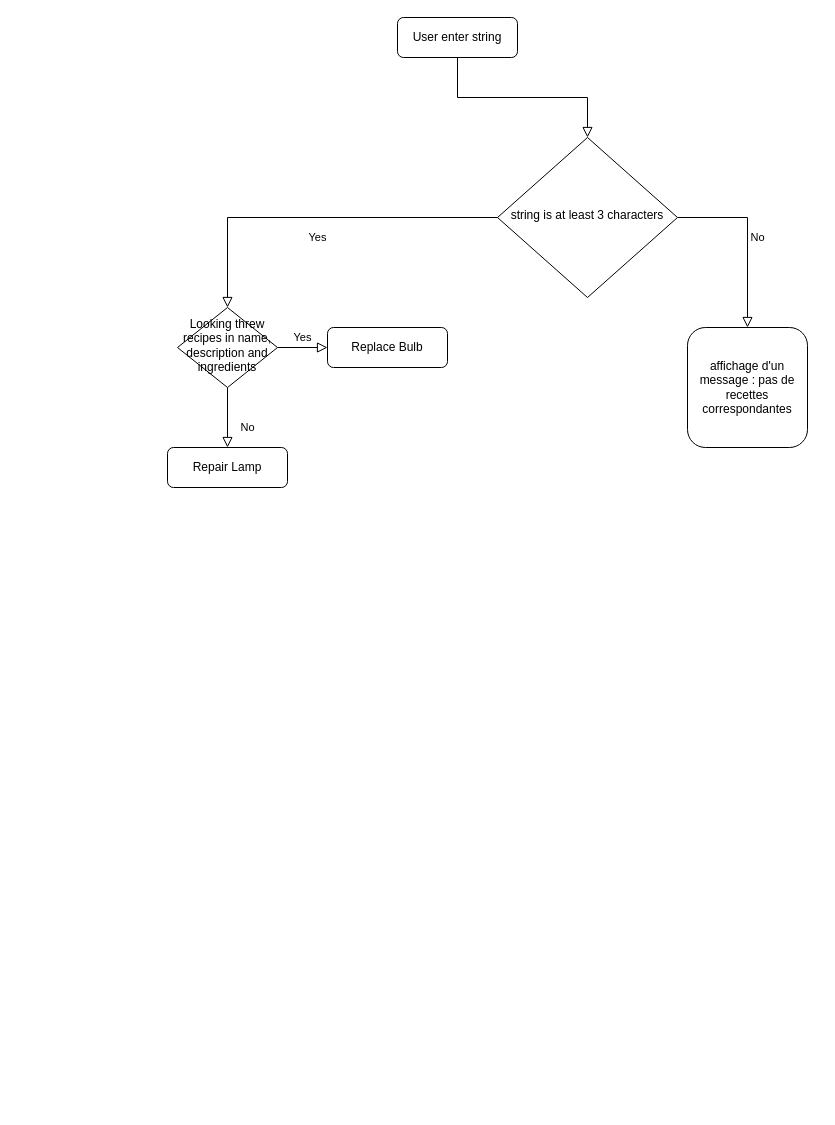
Above: Diagramme sans nom.drawio in alexandretoullec/Petits_Plats_P7 (draw.io), before the change. Source tidied: cells renumbered, new cells numbered last; positions are measured from the earlier drawing's top-left corner, leaving out a move shared by most shapes. Both pictures are drawn from the tidied source at 100%, with x=0, y=0 at pixel (167, 17).
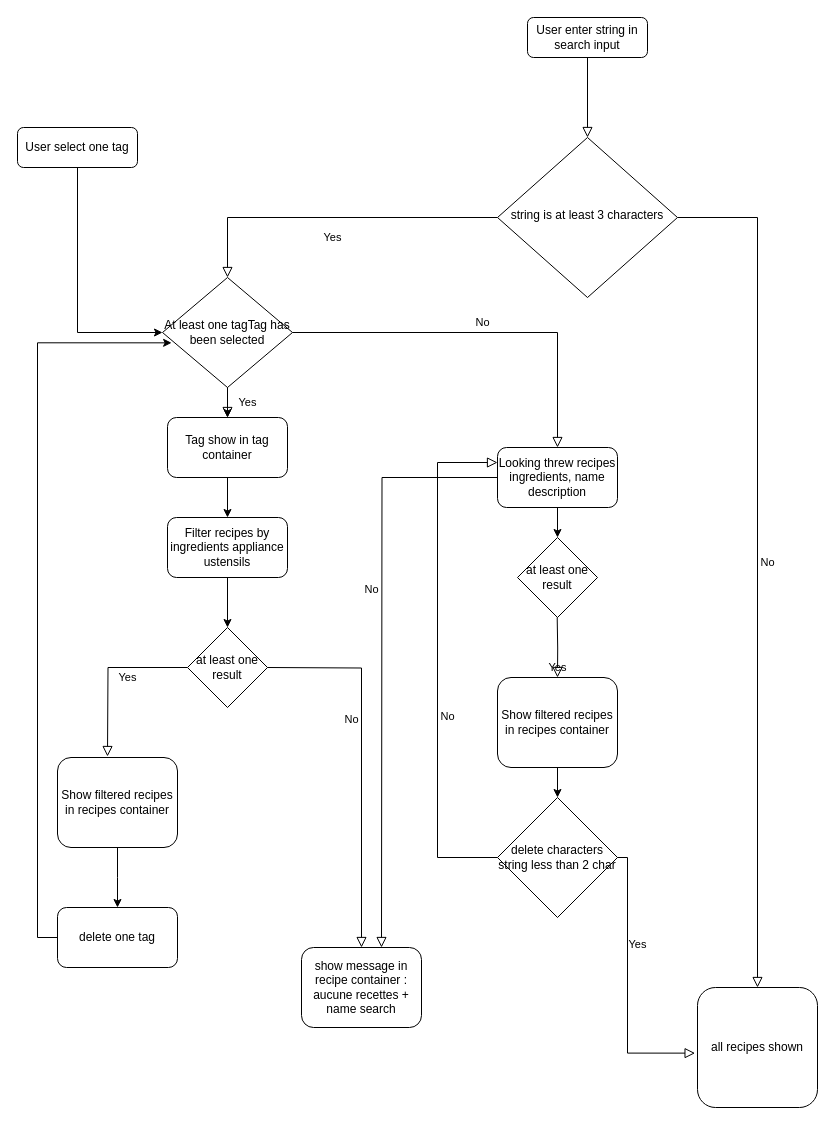
After the change.

Commit message (it also covers changes not shown here):
Mettre à jour Diagramme sans nom.drawio

Unchanged cells that the change refers to:
```xml
<mxCell id="6" value="string is at least 3 characters" style="rhombus;whiteSpace=wrap;html=1;shadow=0;fontFamily=Helvetica;fontSize=12;align=center;strokeWidth=1;spacing=6;spacingTop=-4;" parent="1" vertex="1">
  <mxGeometry x="330" y="120" width="180" height="160" as="geometry" />
</mxCell>
```

The edit, as a diff of the source:
```diff
@@
-    <mxCell id="3" value="User enter string" style="rounded=1;whiteSpace=wrap;html=1;fontSize=12;glass=0;strokeWidth=1;shadow=0;" parent="1" vertex="1">
-      <mxGeometry x="230" width="120" height="40" as="geometry" />
+    <mxCell id="3" value="User enter string in search input" style="rounded=1;whiteSpace=wrap;html=1;fontSize=12;glass=0;strokeWidth=1;shadow=0;" parent="1" vertex="1">
+      <mxGeometry x="360" width="120" height="40" as="geometry" />
     </mxCell>
-    <mxCell id="4" value="Yes" style="rounded=0;html=1;jettySize=auto;fontSize=11;endArrow=block;endFill=0;endSize=8;strokeWidth=1;shadow=0;labelBackgroundColor=none;edgeStyle=orthogonalEdgeStyle;" parent="1" edge="1" source="6" target="10">
+    <mxCell id="4" value="Yes" style="rounded=0;html=1;jettySize=auto;fontSize=11;endArrow=block;endFill=0;endSize=8;strokeWidth=1;shadow=0;labelBackgroundColor=none;edgeStyle=orthogonalEdgeStyle;entryX=0.5;entryY=0;entryDx=0;entryDy=0;" parent="1" edge="1" source="6" target="14">
       <mxGeometry y="20" relative="1" as="geometry" />
     </mxCell>
@@
-    <mxCell id="7" value="affichage d'un message : pas de recettes correspondantes" style="rounded=1;whiteSpace=wrap;html=1;fontSize=12;glass=0;strokeWidth=1;shadow=0;" parent="1" vertex="1">
-      <mxGeometry x="520" y="310" width="120" height="120" as="geometry" />
+    <mxCell id="7" value="all recipes shown" style="rounded=1;whiteSpace=wrap;html=1;fontSize=12;glass=0;strokeWidth=1;shadow=0;" parent="1" vertex="1">
+      <mxGeometry x="530" y="970" width="120" height="120" as="geometry" />
     </mxCell>
-    <mxCell id="8" value="No" style="rounded=0;html=1;jettySize=auto;fontSize=11;endArrow=block;endFill=0;endSize=8;strokeWidth=1;shadow=0;labelBackgroundColor=none;edgeStyle=orthogonalEdgeStyle;" parent="1" edge="1" source="10" target="11">
-      <mxGeometry x="0.33" y="20" relative="1" as="geometry" />
-    </mxCell>
-    <mxCell id="9" value="Yes" style="edgeStyle=orthogonalEdgeStyle;rounded=0;html=1;jettySize=auto;fontSize=11;endArrow=block;endFill=0;endSize=8;strokeWidth=1;shadow=0;labelBackgroundColor=none;" parent="1" edge="1" source="10" target="12">
-      <mxGeometry y="10" relative="1" as="geometry" />
-    </mxCell>
-    <mxCell id="10" value="Looking threw recipes in name, description and ingredients" style="rhombus;whiteSpace=wrap;html=1;shadow=0;fontFamily=Helvetica;fontSize=12;align=center;strokeWidth=1;spacing=6;spacingTop=-4;" parent="1" vertex="1">
-      <mxGeometry x="10" y="290" width="100" height="80" as="geometry" />
-    </mxCell>
-    <mxCell id="11" value="Repair Lamp" style="rounded=1;whiteSpace=wrap;html=1;fontSize=12;glass=0;strokeWidth=1;shadow=0;" parent="1" vertex="1">
-      <mxGeometry y="430" width="120" height="40" as="geometry" />
-    </mxCell>
-    <mxCell id="12" value="Replace Bulb" style="rounded=1;whiteSpace=wrap;html=1;fontSize=12;glass=0;strokeWidth=1;shadow=0;" parent="1" vertex="1">
-      <mxGeometry x="160" y="310" width="120" height="40" as="geometry" />
-    </mxCell>
+    <mxCell id="13" style="edgeStyle=orthogonalEdgeStyle;rounded=0;jettySize=auto;html=1;" parent="1" edge="1" source="14" target="16">
+      <mxGeometry relative="1" as="geometry" />
+    </mxCell>
+    <mxCell id="14" value="At least one tagTag has been selected" style="rhombus;whiteSpace=wrap;html=1;" parent="1" vertex="1">
+      <mxGeometry x="-5" y="260" width="130" height="110" as="geometry" />
+    </mxCell>
+    <mxCell id="15" style="edgeStyle=orthogonalEdgeStyle;rounded=0;jettySize=auto;html=1;" parent="1" edge="1" source="16" target="24">
+      <mxGeometry relative="1" as="geometry" />
+    </mxCell>
+    <mxCell id="16" value="Tag show in tag container" style="rounded=1;whiteSpace=wrap;html=1;" parent="1" vertex="1">
+      <mxGeometry y="400" width="120" height="60" as="geometry" />
+    </mxCell>
+    <mxCell id="17" value="Yes" style="rounded=0;html=1;jettySize=auto;fontSize=11;endArrow=block;endFill=0;endSize=8;strokeWidth=1;shadow=0;labelBackgroundColor=none;edgeStyle=orthogonalEdgeStyle;exitX=0;exitY=0.5;exitDx=0;exitDy=0;" parent="1" edge="1" source="25">
+      <mxGeometry x="-0.29" y="10" relative="1" as="geometry">
+        <mxPoint x="-60" y="739" as="targetPoint" />
+      </mxGeometry>
+    </mxCell>
+    <mxCell id="18" style="edgeStyle=orthogonalEdgeStyle;rounded=0;jettySize=auto;html=1;entryX=0.5;entryY=0;entryDx=0;entryDy=0;" parent="1" edge="1" source="19" target="36">
+      <mxGeometry relative="1" as="geometry" />
+    </mxCell>
+    <mxCell id="19" value="Show filtered recipes in recipes container" style="rounded=1;whiteSpace=wrap;html=1;" parent="1" vertex="1">
+      <mxGeometry x="330" y="660" width="120" height="90" as="geometry" />
+    </mxCell>
+    <mxCell id="20" value="No" style="edgeStyle=orthogonalEdgeStyle;rounded=0;html=1;jettySize=auto;fontSize=11;endArrow=block;endFill=0;endSize=8;strokeWidth=1;shadow=0;labelBackgroundColor=none;entryX=0.5;entryY=0;entryDx=0;entryDy=0;exitX=1;exitY=0.5;exitDx=0;exitDy=0;" parent="1" edge="1" source="14" target="22">
+      <mxGeometry y="10" relative="1" as="geometry" />
+    </mxCell>
+    <mxCell id="21" style="edgeStyle=orthogonalEdgeStyle;rounded=0;jettySize=auto;html=1;exitX=0.5;exitY=1;exitDx=0;exitDy=0;entryX=0.5;entryY=0;entryDx=0;entryDy=0;" parent="1" edge="1" source="22" target="26">
+      <mxGeometry relative="1" as="geometry" />
+    </mxCell>
+    <mxCell id="22" value="Looking threw recipes ingredients, name description" style="rounded=1;whiteSpace=wrap;html=1;" parent="1" vertex="1">
+      <mxGeometry x="330" y="430" width="120" height="60" as="geometry" />
+    </mxCell>
+    <mxCell id="23" style="edgeStyle=orthogonalEdgeStyle;rounded=0;jettySize=auto;html=1;" parent="1" edge="1" source="24" target="25">
+      <mxGeometry relative="1" as="geometry" />
+    </mxCell>
+    <mxCell id="24" value="Filter recipes by ingredients appliance ustensils" style="rounded=1;whiteSpace=wrap;html=1;" parent="1" vertex="1">
+      <mxGeometry y="500" width="120" height="60" as="geometry" />
+    </mxCell>
+    <mxCell id="25" value="at least one result&lt;br&gt;" style="rhombus;whiteSpace=wrap;html=1;" parent="1" vertex="1">
+      <mxGeometry x="20" y="610" width="80" height="80" as="geometry" />
+    </mxCell>
+    <mxCell id="26" value="at least one result&lt;br&gt;" style="rhombus;whiteSpace=wrap;html=1;" parent="1" vertex="1">
+      <mxGeometry x="350" y="520" width="80" height="80" as="geometry" />
+    </mxCell>
+    <mxCell id="27" value="No" style="edgeStyle=orthogonalEdgeStyle;rounded=0;html=1;jettySize=auto;fontSize=11;endArrow=block;endFill=0;endSize=8;strokeWidth=1;shadow=0;labelBackgroundColor=none;entryX=0.5;entryY=0;entryDx=0;entryDy=0;" parent="1" edge="1" target="30">
+      <mxGeometry x="-0.22" y="-10" relative="1" as="geometry">
+        <mxPoint x="100" y="650" as="sourcePoint" />
+      </mxGeometry>
+    </mxCell>
+    <mxCell id="28" style="edgeStyle=orthogonalEdgeStyle;rounded=0;jettySize=auto;html=1;entryX=0.5;entryY=0;entryDx=0;entryDy=0;" parent="1" edge="1" source="29">
+      <mxGeometry relative="1" as="geometry">
+        <mxPoint x="-50" y="890" as="targetPoint" />
+      </mxGeometry>
+    </mxCell>
+    <mxCell id="29" value="Show filtered recipes in recipes container" style="rounded=1;whiteSpace=wrap;html=1;" parent="1" vertex="1">
+      <mxGeometry x="-110" y="740" width="120" height="90" as="geometry" />
+    </mxCell>
+    <mxCell id="30" value="show message in recipe container : aucune recettes + name search" style="rounded=1;whiteSpace=wrap;html=1;" parent="1" vertex="1">
+      <mxGeometry x="134" y="930" width="120" height="80" as="geometry" />
+    </mxCell>
+    <mxCell id="31" style="edgeStyle=orthogonalEdgeStyle;rounded=0;jettySize=auto;html=1;exitX=0;exitY=0.5;exitDx=0;exitDy=0;entryX=0.07;entryY=0.594;entryDx=0;entryDy=0;entryPerimeter=0;" parent="1" edge="1" source="32" target="14">
+      <mxGeometry relative="1" as="geometry">
+        <Array as="points">
+          <mxPoint x="-130" y="920" />
+          <mxPoint x="-130" y="325" />
+        </Array>
+      </mxGeometry>
+    </mxCell>
+    <mxCell id="32" value="delete one tag" style="rounded=1;whiteSpace=wrap;html=1;" parent="1" vertex="1">
+      <mxGeometry x="-110" y="890" width="120" height="60" as="geometry" />
+    </mxCell>
+    <mxCell id="33" style="edgeStyle=orthogonalEdgeStyle;rounded=0;jettySize=auto;html=1;exitX=0.5;exitY=1;exitDx=0;exitDy=0;entryX=0;entryY=0.5;entryDx=0;entryDy=0;" parent="1" edge="1" source="34" target="14">
+      <mxGeometry relative="1" as="geometry" />
+    </mxCell>
+    <mxCell id="34" value="User select one tag" style="rounded=1;whiteSpace=wrap;html=1;fontSize=12;glass=0;strokeWidth=1;shadow=0;" parent="1" vertex="1">
+      <mxGeometry x="-150" y="110" width="120" height="40" as="geometry" />
+    </mxCell>
+    <mxCell id="35" value="Yes" style="rounded=0;html=1;jettySize=auto;fontSize=11;endArrow=block;endFill=0;endSize=8;strokeWidth=1;shadow=0;labelBackgroundColor=none;edgeStyle=orthogonalEdgeStyle;exitX=0.5;exitY=1;exitDx=0;exitDy=0;entryX=0.5;entryY=0;entryDx=0;entryDy=0;" parent="1" edge="1" source="14" target="16">
+      <mxGeometry y="20" relative="1" as="geometry" />
+    </mxCell>
+    <mxCell id="36" value="delete characters string less than 2 char" style="rhombus;whiteSpace=wrap;html=1;" parent="1" vertex="1">
+      <mxGeometry x="330" y="780" width="120" height="120" as="geometry" />
+    </mxCell>
+    <mxCell id="37" value="Yes" style="rounded=0;html=1;jettySize=auto;fontSize=11;endArrow=block;endFill=0;endSize=8;strokeWidth=1;shadow=0;labelBackgroundColor=none;edgeStyle=orthogonalEdgeStyle;exitX=1;exitY=0.5;exitDx=0;exitDy=0;entryX=-0.02;entryY=0.547;entryDx=0;entryDy=0;entryPerimeter=0;" parent="1" edge="1" source="36" target="7">
+      <mxGeometry x="-0.29" y="10" relative="1" as="geometry">
+        <Array as="points">
+          <mxPoint x="460" y="840" />
+          <mxPoint x="460" y="1036" />
+        </Array>
+      </mxGeometry>
+    </mxCell>
+    <mxCell id="38" value="No" style="edgeStyle=orthogonalEdgeStyle;rounded=0;html=1;jettySize=auto;fontSize=11;endArrow=block;endFill=0;endSize=8;strokeWidth=1;shadow=0;labelBackgroundColor=none;entryX=0;entryY=0.25;entryDx=0;entryDy=0;exitX=0;exitY=0.5;exitDx=0;exitDy=0;" parent="1" edge="1" source="36" target="22">
+      <mxGeometry x="-0.22" y="-10" relative="1" as="geometry">
+        <Array as="points">
+          <mxPoint x="270" y="840" />
+          <mxPoint x="270" y="445" />
+        </Array>
+      </mxGeometry>
+    </mxCell>
+    <mxCell id="39" value="Yes" style="rounded=0;html=1;jettySize=auto;fontSize=11;endArrow=block;endFill=0;endSize=8;strokeWidth=1;shadow=0;labelBackgroundColor=none;edgeStyle=orthogonalEdgeStyle;exitX=0.5;exitY=1;exitDx=0;exitDy=0;entryX=0.5;entryY=0;entryDx=0;entryDy=0;" parent="1" edge="1" target="19">
+      <mxGeometry x="0.01" y="-20" relative="1" as="geometry">
+        <mxPoint x="389.7" y="600" as="sourcePoint" />
+        <mxPoint x="20" y="20" as="offset" />
+      </mxGeometry>
+    </mxCell>
+    <mxCell id="40" value="No" style="edgeStyle=orthogonalEdgeStyle;rounded=0;html=1;jettySize=auto;fontSize=11;endArrow=block;endFill=0;endSize=8;strokeWidth=1;shadow=0;labelBackgroundColor=none;entryX=0.5;entryY=0;entryDx=0;entryDy=0;exitX=0;exitY=0.5;exitDx=0;exitDy=0;" parent="1" edge="1" source="22">
+      <mxGeometry x="-0.22" y="-10" relative="1" as="geometry">
+        <mxPoint x="214" y="930" as="targetPoint" />
+      </mxGeometry>
+    </mxCell>
```
